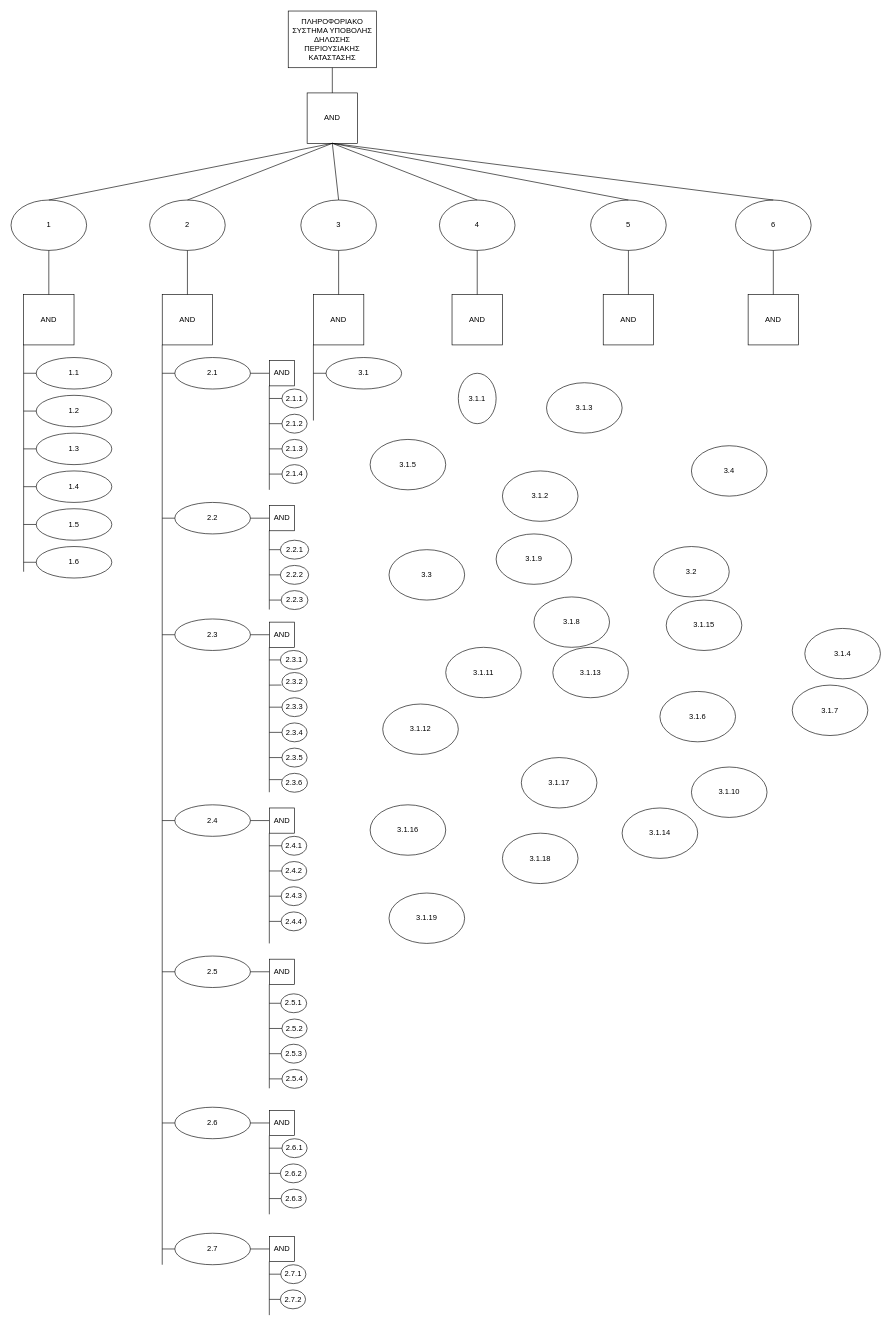
Above: Untitled Diagram.drawio in transwaifu/liakman.github.io (draw.io), before the change. Source tidied: cells renumbered, new cells numbered last; positions are measured from the earlier drawing's top-left corner, leaving out a move shared by most shapes. Both pictures are drawn from the tidied source at 63%, with x=0, y=0 at pixel (11, 11).
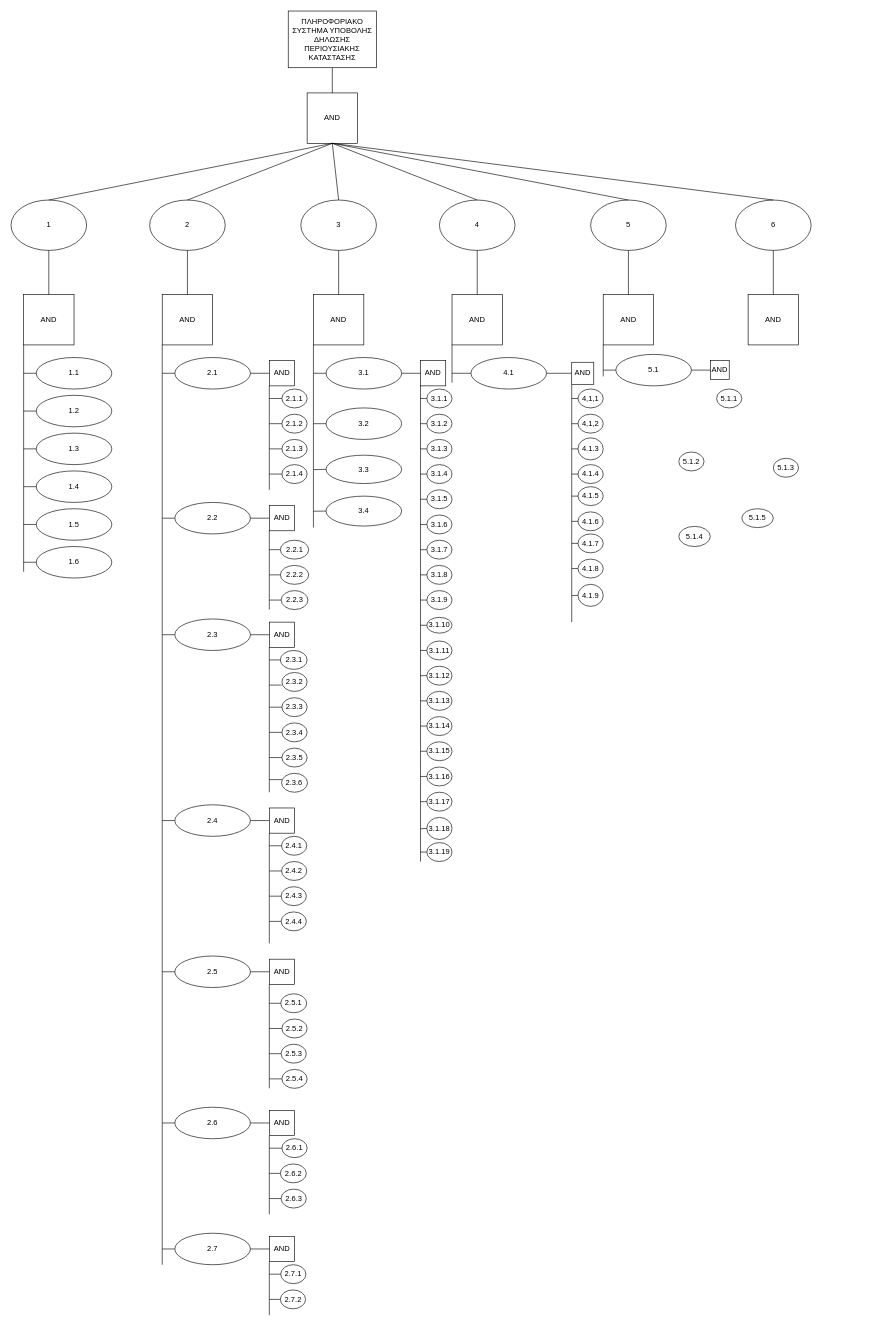
Above is the later version.

Unchanged cells that the change refers to:
```xml
<mxCell id="20" value="AND" style="whiteSpace=wrap;html=1;" parent="1" vertex="1">
  <mxGeometry x="480" y="450" width="80" height="80" as="geometry" />
</mxCell>
<mxCell id="21" value="AND" style="whiteSpace=wrap;html=1;" parent="1" vertex="1">
  <mxGeometry x="700" y="450" width="80" height="80" as="geometry" />
</mxCell>
<mxCell id="22" value="AND" style="whiteSpace=wrap;html=1;" parent="1" vertex="1">
  <mxGeometry x="940" y="450" width="80" height="80" as="geometry" />
</mxCell>
<mxCell id="131" value="3.1" style="ellipse;whiteSpace=wrap;html=1;" parent="1" vertex="1">
  <mxGeometry x="500" y="550" width="120" height="50" as="geometry" />
</mxCell>
```

The edit, as a diff of the source:
```diff
@@
     <mxCell id="130" value="3.3" style="ellipse;whiteSpace=wrap;html=1;" parent="1" vertex="1">
-      <mxGeometry x="600" y="855" width="120" height="80" as="geometry" />
+      <mxGeometry x="500" y="705" width="120" height="45" as="geometry" />
     </mxCell>
@@
     <mxCell id="132" value="3.4" style="ellipse;whiteSpace=wrap;html=1;" parent="1" vertex="1">
-      <mxGeometry x="1080" y="690" width="120" height="80" as="geometry" />
+      <mxGeometry x="500" y="770" width="120" height="47.5" as="geometry" />
     </mxCell>
     <mxCell id="133" value="3.2" style="ellipse;whiteSpace=wrap;html=1;" parent="1" vertex="1">
-      <mxGeometry x="1020" y="850" width="120" height="80" as="geometry" />
+      <mxGeometry x="500" y="630" width="120" height="50" as="geometry" />
     </mxCell>
     <mxCell id="134" style="endArrow=none;html=1;entryX=0;entryY=1;entryDx=0;entryDy=0;" parent="1" edge="1" target="20">
       <mxGeometry relative="1" as="geometry">
-        <mxPoint x="480" y="650" as="sourcePoint" />
+        <mxPoint x="480" y="820" as="sourcePoint" />
       </mxGeometry>
     </mxCell>
@@
     <mxCell id="136" value="3.1.8" style="ellipse;whiteSpace=wrap;html=1;" parent="1" vertex="1">
-      <mxGeometry x="830" y="930" width="120" height="80" as="geometry" />
+      <mxGeometry x="660" y="880" width="40" height="30" as="geometry" />
     </mxCell>
     <mxCell id="137" value="3.1.9" style="ellipse;whiteSpace=wrap;html=1;" parent="1" vertex="1">
-      <mxGeometry x="770" y="830" width="120" height="80" as="geometry" />
+      <mxGeometry x="660" y="920" width="40" height="30" as="geometry" />
     </mxCell>
     <mxCell id="138" value="3.1.12" style="ellipse;whiteSpace=wrap;html=1;" parent="1" vertex="1">
-      <mxGeometry x="590" y="1100" width="120" height="80" as="geometry" />
+      <mxGeometry x="660" y="1040" width="40" height="30" as="geometry" />
     </mxCell>
     <mxCell id="139" value="3.1.13" style="ellipse;whiteSpace=wrap;html=1;" parent="1" vertex="1">
-      <mxGeometry x="860" y="1010" width="120" height="80" as="geometry" />
+      <mxGeometry x="660" y="1080" width="40" height="30" as="geometry" />
     </mxCell>
     <mxCell id="140" value="3.1.3" style="ellipse;whiteSpace=wrap;html=1;" parent="1" vertex="1">
-      <mxGeometry x="850" y="590" width="120" height="80" as="geometry" />
+      <mxGeometry x="660" y="680" width="40" height="30" as="geometry" />
     </mxCell>
     <mxCell id="141" value="3.1.10" style="ellipse;whiteSpace=wrap;html=1;" parent="1" vertex="1">
-      <mxGeometry x="1080" y="1200" width="120" height="80" as="geometry" />
+      <mxGeometry x="660" y="962.5" width="40" height="25" as="geometry" />
     </mxCell>
     <mxCell id="142" value="3.1.1" style="ellipse;whiteSpace=wrap;html=1;" parent="1" vertex="1">
-      <mxGeometry x="710" y="575" width="60" height="80" as="geometry" />
+      <mxGeometry x="660" y="600" width="40" height="30" as="geometry" />
     </mxCell>
     <mxCell id="143" value="3.1.2" style="ellipse;whiteSpace=wrap;html=1;" parent="1" vertex="1">
-      <mxGeometry x="780" y="730" width="120" height="80" as="geometry" />
+      <mxGeometry x="660" y="640" width="40" height="30" as="geometry" />
     </mxCell>
     <mxCell id="144" value="3.1.4" style="ellipse;whiteSpace=wrap;html=1;" parent="1" vertex="1">
-      <mxGeometry x="1260" y="980" width="120" height="80" as="geometry" />
+      <mxGeometry x="660" y="720" width="40" height="30" as="geometry" />
     </mxCell>
     <mxCell id="145" value="3.1.6" style="ellipse;whiteSpace=wrap;html=1;" parent="1" vertex="1">
-      <mxGeometry x="1030" y="1080" width="120" height="80" as="geometry" />
+      <mxGeometry x="660" y="800" width="40" height="30" as="geometry" />
     </mxCell>
     <mxCell id="146" value="3.1.5" style="ellipse;whiteSpace=wrap;html=1;" parent="1" vertex="1">
-      <mxGeometry x="570" y="680" width="120" height="80" as="geometry" />
+      <mxGeometry x="660" y="760" width="40" height="30" as="geometry" />
     </mxCell>
     <mxCell id="147" value="3.1.17" style="ellipse;whiteSpace=wrap;html=1;" parent="1" vertex="1">
-      <mxGeometry x="810" y="1185" width="120" height="80" as="geometry" />
+      <mxGeometry x="660" y="1240" width="40" height="30" as="geometry" />
     </mxCell>
     <mxCell id="148" value="3.1.16" style="ellipse;whiteSpace=wrap;html=1;" parent="1" vertex="1">
-      <mxGeometry x="570" y="1260" width="120" height="80" as="geometry" />
+      <mxGeometry x="660" y="1200" width="40" height="30" as="geometry" />
     </mxCell>
     <mxCell id="149" value="3.1.11" style="ellipse;whiteSpace=wrap;html=1;" parent="1" vertex="1">
-      <mxGeometry x="690" y="1010" width="120" height="80" as="geometry" />
+      <mxGeometry x="660" y="1000" width="40" height="30" as="geometry" />
     </mxCell>
     <mxCell id="150" value="3.1.18" style="ellipse;whiteSpace=wrap;html=1;" parent="1" vertex="1">
-      <mxGeometry x="780" y="1305" width="120" height="80" as="geometry" />
+      <mxGeometry x="660" y="1280" width="40" height="35" as="geometry" />
     </mxCell>
     <mxCell id="151" value="3.1.14" style="ellipse;whiteSpace=wrap;html=1;" parent="1" vertex="1">
-      <mxGeometry x="970" y="1265" width="120" height="80" as="geometry" />
+      <mxGeometry x="660" y="1120" width="40" height="30" as="geometry" />
     </mxCell>
     <mxCell id="152" value="3.1.19" style="ellipse;whiteSpace=wrap;html=1;" parent="1" vertex="1">
-      <mxGeometry x="600" y="1400" width="120" height="80" as="geometry" />
+      <mxGeometry x="660" y="1320" width="40" height="30" as="geometry" />
     </mxCell>
     <mxCell id="153" value="3.1.15" style="ellipse;whiteSpace=wrap;html=1;" parent="1" vertex="1">
-      <mxGeometry x="1040" y="935" width="120" height="80" as="geometry" />
+      <mxGeometry x="660" y="1160" width="40" height="30" as="geometry" />
     </mxCell>
     <mxCell id="154" value="3.1.7" style="ellipse;whiteSpace=wrap;html=1;" parent="1" vertex="1">
-      <mxGeometry x="1240" y="1070" width="120" height="80" as="geometry" />
+      <mxGeometry x="660" y="840" width="40" height="30" as="geometry" />
     </mxCell>
+    <mxCell id="155" value="AND" style="whiteSpace=wrap;html=1;" parent="1" vertex="1">
+      <mxGeometry x="650" y="555" width="40" height="40" as="geometry" />
+    </mxCell>
+    <mxCell id="156" style="endArrow=none;html=1;entryX=0;entryY=0.5;entryDx=0;entryDy=0;exitX=1;exitY=0.5;exitDx=0;exitDy=0;" parent="1" edge="1" source="131" target="155">
+      <mxGeometry relative="1" as="geometry" />
+    </mxCell>
+    <mxCell id="157" style="endArrow=none;html=1;entryX=0;entryY=1;entryDx=0;entryDy=0;" parent="1" edge="1" target="155">
+      <mxGeometry relative="1" as="geometry">
+        <mxPoint x="650" y="1350" as="sourcePoint" />
+      </mxGeometry>
+    </mxCell>
+    <mxCell id="158" style="endArrow=none;html=1;entryX=0;entryY=0.5;entryDx=0;entryDy=0;" parent="1" edge="1" target="142">
+      <mxGeometry relative="1" as="geometry">
+        <mxPoint x="650" y="615" as="sourcePoint" />
+      </mxGeometry>
+    </mxCell>
+    <mxCell id="159" style="endArrow=none;html=1;entryX=0;entryY=0.5;entryDx=0;entryDy=0;" parent="1" edge="1" target="143">
+      <mxGeometry relative="1" as="geometry">
+        <mxPoint x="650" y="655" as="sourcePoint" />
+      </mxGeometry>
+    </mxCell>
+    <mxCell id="160" style="endArrow=none;html=1;entryX=0;entryY=0.5;entryDx=0;entryDy=0;" parent="1" edge="1" target="140">
+      <mxGeometry relative="1" as="geometry">
+        <mxPoint x="650" y="695" as="sourcePoint" />
+      </mxGeometry>
+    </mxCell>
+    <mxCell id="161" style="endArrow=none;html=1;entryX=0;entryY=0.5;entryDx=0;entryDy=0;" parent="1" edge="1" target="144">
+      <mxGeometry relative="1" as="geometry">
+        <mxPoint x="650" y="735" as="sourcePoint" />
+      </mxGeometry>
+    </mxCell>
+    <mxCell id="162" style="endArrow=none;html=1;entryX=0;entryY=0.5;entryDx=0;entryDy=0;" parent="1" edge="1" target="146">
+      <mxGeometry relative="1" as="geometry">
+        <mxPoint x="650" y="775" as="sourcePoint" />
+      </mxGeometry>
+    </mxCell>
+    <mxCell id="163" style="endArrow=none;html=1;entryX=0;entryY=0.5;entryDx=0;entryDy=0;" parent="1" edge="1" target="145">
+      <mxGeometry relative="1" as="geometry">
+        <mxPoint x="650" y="815" as="sourcePoint" />
+      </mxGeometry>
+    </mxCell>
+    <mxCell id="164" style="endArrow=none;html=1;entryX=0;entryY=0.5;entryDx=0;entryDy=0;" parent="1" edge="1" target="154">
+      <mxGeometry relative="1" as="geometry">
+        <mxPoint x="650" y="855" as="sourcePoint" />
+      </mxGeometry>
+    </mxCell>
+    <mxCell id="165" style="endArrow=none;html=1;entryX=0;entryY=0.5;entryDx=0;entryDy=0;" parent="1" edge="1" target="136">
+      <mxGeometry relative="1" as="geometry">
+        <mxPoint x="650" y="895" as="sourcePoint" />
+      </mxGeometry>
+    </mxCell>
+    <mxCell id="166" style="endArrow=none;html=1;entryX=0;entryY=0.5;entryDx=0;entryDy=0;" parent="1" edge="1" target="137">
+      <mxGeometry relative="1" as="geometry">
+        <mxPoint x="650" y="935" as="sourcePoint" />
+      </mxGeometry>
+    </mxCell>
+    <mxCell id="167" style="endArrow=none;html=1;entryX=0;entryY=0.5;entryDx=0;entryDy=0;" parent="1" edge="1" target="141">
+      <mxGeometry relative="1" as="geometry">
+        <mxPoint x="650" y="975" as="sourcePoint" />
+      </mxGeometry>
+    </mxCell>
+    <mxCell id="168" style="endArrow=none;html=1;entryX=0;entryY=0.5;entryDx=0;entryDy=0;" parent="1" edge="1" target="149">
+      <mxGeometry relative="1" as="geometry">
+        <mxPoint x="650" y="1015" as="sourcePoint" />
+      </mxGeometry>
+    </mxCell>
+    <mxCell id="169" style="endArrow=none;html=1;entryX=0;entryY=0.5;entryDx=0;entryDy=0;" parent="1" edge="1" target="138">
+      <mxGeometry relative="1" as="geometry">
+        <mxPoint x="650" y="1055" as="sourcePoint" />
+      </mxGeometry>
+    </mxCell>
+    <mxCell id="170" style="endArrow=none;html=1;entryX=0;entryY=0.5;entryDx=0;entryDy=0;" parent="1" edge="1" target="139">
+      <mxGeometry relative="1" as="geometry">
+        <mxPoint x="650" y="1095" as="sourcePoint" />
+      </mxGeometry>
+    </mxCell>
+    <mxCell id="171" style="endArrow=none;html=1;entryX=0;entryY=0.5;entryDx=0;entryDy=0;" parent="1" edge="1" target="151">
+      <mxGeometry relative="1" as="geometry">
+        <mxPoint x="650" y="1135" as="sourcePoint" />
+      </mxGeometry>
+    </mxCell>
+    <mxCell id="172" style="endArrow=none;html=1;entryX=0;entryY=0.5;entryDx=0;entryDy=0;" parent="1" edge="1" target="153">
+      <mxGeometry relative="1" as="geometry">
+        <mxPoint x="650" y="1175" as="sourcePoint" />
+      </mxGeometry>
+    </mxCell>
+    <mxCell id="173" style="endArrow=none;html=1;entryX=0;entryY=0.5;entryDx=0;entryDy=0;" parent="1" edge="1" target="148">
+      <mxGeometry relative="1" as="geometry">
+        <mxPoint x="650" y="1215" as="sourcePoint" />
+      </mxGeometry>
+    </mxCell>
+    <mxCell id="174" style="endArrow=none;html=1;entryX=0;entryY=0.5;entryDx=0;entryDy=0;" parent="1" edge="1" target="147">
+      <mxGeometry relative="1" as="geometry">
+        <mxPoint x="650" y="1255" as="sourcePoint" />
+      </mxGeometry>
+    </mxCell>
+    <mxCell id="175" style="endArrow=none;html=1;entryX=0;entryY=0.5;entryDx=0;entryDy=0;" parent="1" edge="1" target="150">
+      <mxGeometry relative="1" as="geometry">
+        <mxPoint x="650" y="1298" as="sourcePoint" />
+      </mxGeometry>
+    </mxCell>
+    <mxCell id="176" style="endArrow=none;html=1;entryX=0;entryY=0.5;entryDx=0;entryDy=0;" parent="1" edge="1" target="152">
+      <mxGeometry relative="1" as="geometry">
+        <mxPoint x="650" y="1335" as="sourcePoint" />
+      </mxGeometry>
+    </mxCell>
+    <mxCell id="177" style="endArrow=none;html=1;entryX=0;entryY=0.5;entryDx=0;entryDy=0;" parent="1" edge="1" target="133">
+      <mxGeometry relative="1" as="geometry">
+        <mxPoint x="480" y="655" as="sourcePoint" />
+      </mxGeometry>
+    </mxCell>
+    <mxCell id="178" style="endArrow=none;html=1;entryX=0;entryY=0.5;entryDx=0;entryDy=0;" parent="1" edge="1" target="130">
+      <mxGeometry relative="1" as="geometry">
+        <mxPoint x="480" y="728" as="sourcePoint" />
+      </mxGeometry>
+    </mxCell>
+    <mxCell id="179" style="endArrow=none;html=1;entryX=0;entryY=0.5;entryDx=0;entryDy=0;" parent="1" edge="1" target="132">
+      <mxGeometry relative="1" as="geometry">
+        <mxPoint x="480" y="794" as="sourcePoint" />
+      </mxGeometry>
+    </mxCell>
+    <mxCell id="180" style="endArrow=none;html=1;entryX=0;entryY=1;entryDx=0;entryDy=0;" parent="1" edge="1" target="21">
+      <mxGeometry relative="1" as="geometry">
+        <mxPoint x="700" y="590" as="sourcePoint" />
+      </mxGeometry>
+    </mxCell>
+    <mxCell id="181" value="4.1" style="ellipse;whiteSpace=wrap;html=1;" parent="1" vertex="1">
+      <mxGeometry x="730" y="550" width="120" height="50" as="geometry" />
+    </mxCell>
+    <mxCell id="182" style="endArrow=none;html=1;entryX=0;entryY=0.5;entryDx=0;entryDy=0;" parent="1" edge="1" target="181">
+      <mxGeometry relative="1" as="geometry">
+        <mxPoint x="700" y="575" as="sourcePoint" />
+      </mxGeometry>
+    </mxCell>
+    <mxCell id="183" style="endArrow=none;html=1;exitX=1;exitY=0.5;exitDx=0;exitDy=0;entryX=0;entryY=0.5;entryDx=0;entryDy=0;" parent="1" edge="1" source="181" target="184">
+      <mxGeometry relative="1" as="geometry" />
+    </mxCell>
+    <mxCell id="184" value="AND" style="whiteSpace=wrap;html=1;" parent="1" vertex="1">
+      <mxGeometry x="890" y="557.5" width="35" height="35" as="geometry" />
+    </mxCell>
+    <mxCell id="185" value="4.1.3" style="ellipse;whiteSpace=wrap;html=1;" parent="1" vertex="1">
+      <mxGeometry x="900" y="677.5" width="40" height="35" as="geometry" />
+    </mxCell>
+    <mxCell id="186" value="4.1.5" style="ellipse;whiteSpace=wrap;html=1;" parent="1" vertex="1">
+      <mxGeometry x="900" y="755" width="40" height="30" as="geometry" />
+    </mxCell>
+    <mxCell id="187" value="4,1,1" style="ellipse;whiteSpace=wrap;html=1;" parent="1" vertex="1">
+      <mxGeometry x="900" y="600" width="40" height="30" as="geometry" />
+    </mxCell>
+    <mxCell id="188" value="4.1.4" style="ellipse;whiteSpace=wrap;html=1;" parent="1" vertex="1">
+      <mxGeometry x="900" y="720" width="40" height="30" as="geometry" />
+    </mxCell>
+    <mxCell id="189" value="4,1,2" style="ellipse;whiteSpace=wrap;html=1;" parent="1" vertex="1">
+      <mxGeometry x="900" y="640" width="40" height="30" as="geometry" />
+    </mxCell>
+    <mxCell id="190" value="4.1.9" style="ellipse;whiteSpace=wrap;html=1;" parent="1" vertex="1">
+      <mxGeometry x="900" y="910" width="40" height="35" as="geometry" />
+    </mxCell>
+    <mxCell id="191" value="4.1.8" style="ellipse;whiteSpace=wrap;html=1;" parent="1" vertex="1">
+      <mxGeometry x="900" y="870" width="40" height="30" as="geometry" />
+    </mxCell>
+    <mxCell id="192" value="4.1.7" style="ellipse;whiteSpace=wrap;html=1;" parent="1" vertex="1">
+      <mxGeometry x="900" y="830" width="40" height="30" as="geometry" />
+    </mxCell>
+    <mxCell id="193" value="4.1.6" style="ellipse;whiteSpace=wrap;html=1;" parent="1" vertex="1">
+      <mxGeometry x="900" y="795" width="40" height="30" as="geometry" />
+    </mxCell>
+    <mxCell id="194" style="endArrow=none;html=1;entryX=0;entryY=1;entryDx=0;entryDy=0;" parent="1" edge="1" target="184">
+      <mxGeometry relative="1" as="geometry">
+        <mxPoint x="890" y="970" as="sourcePoint" />
+      </mxGeometry>
+    </mxCell>
+    <mxCell id="195" style="endArrow=none;html=1;entryX=0;entryY=0.5;entryDx=0;entryDy=0;" parent="1" edge="1" target="187">
+      <mxGeometry relative="1" as="geometry">
+        <mxPoint x="890" y="615" as="sourcePoint" />
+      </mxGeometry>
+    </mxCell>
+    <mxCell id="196" style="endArrow=none;html=1;entryX=0;entryY=0.5;entryDx=0;entryDy=0;" parent="1" edge="1" target="189">
+      <mxGeometry relative="1" as="geometry">
+        <mxPoint x="890" y="655" as="sourcePoint" />
+      </mxGeometry>
+    </mxCell>
+    <mxCell id="197" style="endArrow=none;html=1;entryX=0;entryY=0.5;entryDx=0;entryDy=0;" parent="1" edge="1" target="185">
+      <mxGeometry relative="1" as="geometry">
+        <mxPoint x="890" y="695" as="sourcePoint" />
+      </mxGeometry>
+    </mxCell>
+    <mxCell id="198" style="endArrow=none;html=1;entryX=0;entryY=0.5;entryDx=0;entryDy=0;" parent="1" edge="1" target="188">
+      <mxGeometry relative="1" as="geometry">
+        <mxPoint x="890" y="735" as="sourcePoint" />
+      </mxGeometry>
+    </mxCell>
+    <mxCell id="199" style="endArrow=none;html=1;entryX=0;entryY=0.5;entryDx=0;entryDy=0;" parent="1" edge="1" target="186">
+      <mxGeometry relative="1" as="geometry">
+        <mxPoint x="890" y="770" as="sourcePoint" />
+      </mxGeometry>
+    </mxCell>
+    <mxCell id="200" style="endArrow=none;html=1;entryX=0;entryY=0.5;entryDx=0;entryDy=0;" parent="1" edge="1" target="193">
+      <mxGeometry relative="1" as="geometry">
+        <mxPoint x="890" y="810" as="sourcePoint" />
+      </mxGeometry>
+    </mxCell>
+    <mxCell id="201" style="endArrow=none;html=1;entryX=0;entryY=0.5;entryDx=0;entryDy=0;" parent="1" edge="1" target="192">
+      <mxGeometry relative="1" as="geometry">
+        <mxPoint x="890" y="845" as="sourcePoint" />
+      </mxGeometry>
+    </mxCell>
+    <mxCell id="202" style="endArrow=none;html=1;entryX=0;entryY=0.5;entryDx=0;entryDy=0;" parent="1" edge="1" target="191">
+      <mxGeometry relative="1" as="geometry">
+        <mxPoint x="890" y="885" as="sourcePoint" />
+      </mxGeometry>
+    </mxCell>
+    <mxCell id="203" style="endArrow=none;html=1;entryX=0;entryY=0.5;entryDx=0;entryDy=0;" parent="1" edge="1" target="190">
+      <mxGeometry relative="1" as="geometry">
+        <mxPoint x="890" y="928" as="sourcePoint" />
+      </mxGeometry>
+    </mxCell>
+    <mxCell id="204" style="endArrow=none;html=1;entryX=0;entryY=1;entryDx=0;entryDy=0;" parent="1" edge="1" target="22">
+      <mxGeometry relative="1" as="geometry">
+        <mxPoint x="940" y="580" as="sourcePoint" />
+      </mxGeometry>
+    </mxCell>
+    <mxCell id="205" value="5.1" style="ellipse;whiteSpace=wrap;html=1;" parent="1" vertex="1">
+      <mxGeometry x="960" y="545" width="120" height="50" as="geometry" />
+    </mxCell>
+    <mxCell id="206" value="5.1.1" style="ellipse;whiteSpace=wrap;html=1;" parent="1" vertex="1">
+      <mxGeometry x="1120" y="600" width="40" height="30" as="geometry" />
+    </mxCell>
+    <mxCell id="207" value="5.1.3" style="ellipse;whiteSpace=wrap;html=1;" parent="1" vertex="1">
+      <mxGeometry x="1210" y="710" width="40" height="30" as="geometry" />
+    </mxCell>
+    <mxCell id="208" value="5.1.2" style="ellipse;whiteSpace=wrap;html=1;" parent="1" vertex="1">
+      <mxGeometry x="1060" y="700" width="40" height="30" as="geometry" />
+    </mxCell>
+    <mxCell id="209" value="5.1.4" style="ellipse;whiteSpace=wrap;html=1;" parent="1" vertex="1">
+      <mxGeometry x="1060" y="818" width="50" height="32" as="geometry" />
+    </mxCell>
+    <mxCell id="210" value="5.1.5" style="ellipse;whiteSpace=wrap;html=1;" parent="1" vertex="1">
+      <mxGeometry x="1160" y="790" width="50" height="30" as="geometry" />
+    </mxCell>
+    <mxCell id="211" style="endArrow=none;html=1;entryX=0;entryY=0.5;entryDx=0;entryDy=0;" parent="1" edge="1" target="205">
+      <mxGeometry relative="1" as="geometry">
+        <mxPoint x="940" y="570" as="sourcePoint" />
+      </mxGeometry>
+    </mxCell>
+    <mxCell id="212" value="AND" style="whiteSpace=wrap;html=1;" parent="1" vertex="1">
+      <mxGeometry x="1110" y="555" width="30" height="30" as="geometry" />
+    </mxCell>
+    <mxCell id="213" style="endArrow=none;html=1;entryX=0;entryY=0.5;entryDx=0;entryDy=0;exitX=1;exitY=0.5;exitDx=0;exitDy=0;" parent="1" edge="1" source="205" target="212">
+      <mxGeometry relative="1" as="geometry" />
+    </mxCell>
```
